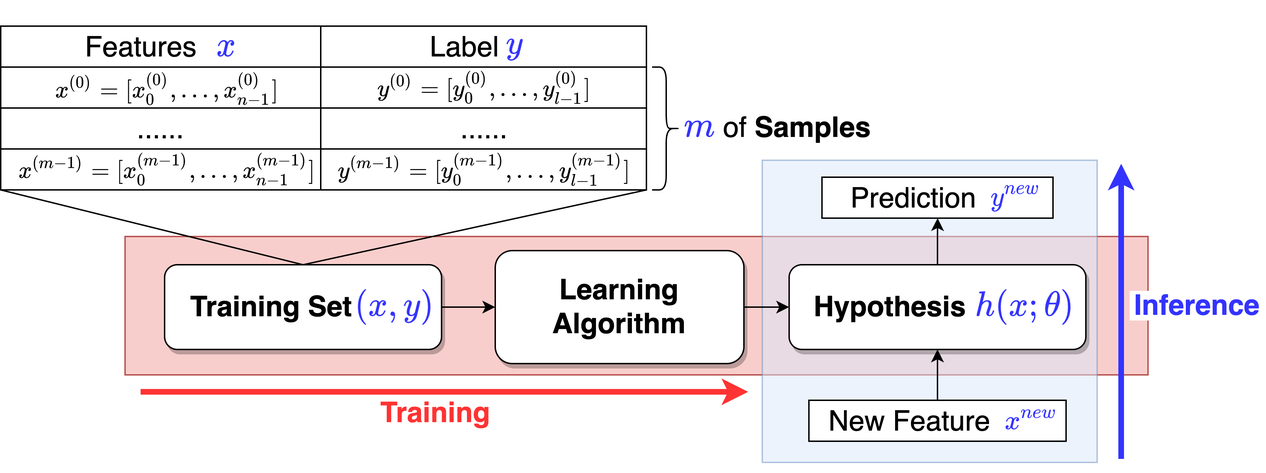
Earlier version of the draw.io export sec_learning/Algorithm/ML_2_Linear_Regression_And_Gradient_Descent/pic/sl.png (zobinHuang/zobinhuang.github.io). Source tidied: cells renumbered, new cells last; positions are measured from the earlier drawing's top-left corner, leaving out a move shared by most shapes.
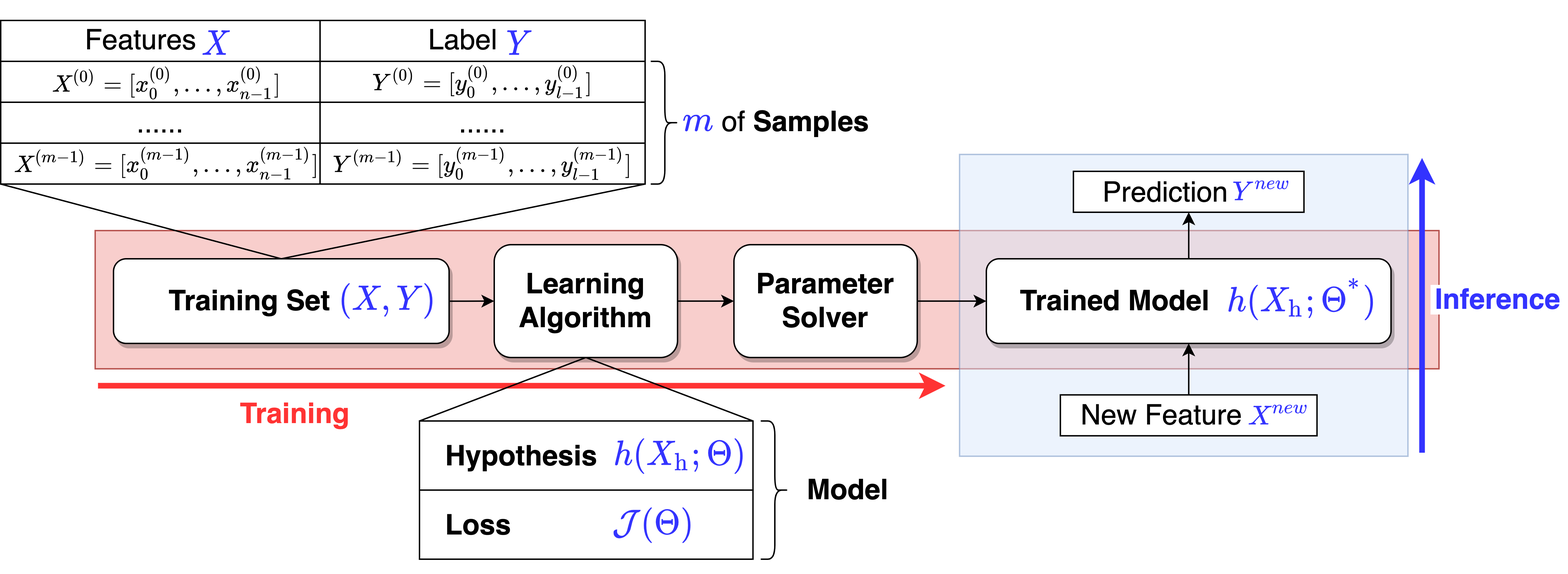
Later version of the same file.

Change to the diagram source:
```diff
@@ -3,85 +3,85 @@
     <mxCell id="0" />
     <mxCell id="1" parent="0" />
     <mxCell id="2" style="rounded=0;whiteSpace=wrap;html=1;shadow=0;fontSize=16;strokeColor=#b85450;strokeWidth=1;fillColor=#f8cecc;" parent="1" vertex="1">
-      <mxGeometry x="88" y="150" width="724" height="98" as="geometry" />
+      <mxGeometry x="-74" y="-415" width="953" height="98" as="geometry" />
     </mxCell>
     <mxCell id="3" style="rounded=0;whiteSpace=wrap;html=1;shadow=0;fontSize=16;strokeColor=#6c8ebf;strokeWidth=1;fillColor=#dae8fc;opacity=50;" parent="1" vertex="1">
-      <mxGeometry x="539" y="96" width="237" height="214" as="geometry" />
+      <mxGeometry x="539" y="-469" width="318" height="214" as="geometry" />
     </mxCell>
     <mxCell id="4" style="edgeStyle=orthogonalEdgeStyle;rounded=0;jettySize=auto;html=1;entryX=0;entryY=0.5;entryDx=0;entryDy=0;fontSize=20;" parent="1" edge="1" source="5" target="9">
       <mxGeometry relative="1" as="geometry" />
     </mxCell>
     <mxCell id="5" value="&lt;font style=&quot;font-size: 20px&quot;&gt;&lt;b&gt;Training Set&amp;nbsp; &amp;nbsp; &amp;nbsp; &amp;nbsp;&amp;nbsp;&lt;/b&gt;&lt;/font&gt;" style="rounded=1;whiteSpace=wrap;html=1;shadow=1;" parent="1" vertex="1">
-      <mxGeometry x="116" y="170" width="196" height="60" as="geometry" />
+      <mxGeometry x="-61" y="-395" width="238" height="60" as="geometry" />
     </mxCell>
     <mxCell id="6" style="edgeStyle=orthogonalEdgeStyle;rounded=0;jettySize=auto;html=1;fontSize=20;fontColor=#000000;" parent="1" edge="1" source="7" target="21">
       <mxGeometry relative="1" as="geometry" />
     </mxCell>
-    <mxCell id="7" value="&lt;font style=&quot;font-size: 20px&quot;&gt;&lt;b&gt;Hypothesis&amp;nbsp; &amp;nbsp; &amp;nbsp; &amp;nbsp; &amp;nbsp; &amp;nbsp;&amp;nbsp;&lt;/b&gt;&lt;/font&gt;" style="rounded=1;whiteSpace=wrap;html=1;shadow=1;" parent="1" vertex="1">
-      <mxGeometry x="558" y="170" width="210" height="60" as="geometry" />
+    <mxCell id="7" value="&lt;div&gt;&lt;b style=&quot;font-size: 20px&quot;&gt;&amp;nbsp; &amp;nbsp; Trained Model&amp;nbsp; &amp;nbsp; &amp;nbsp; &amp;nbsp; &amp;nbsp; &amp;nbsp;&amp;nbsp;&lt;/b&gt;&lt;/div&gt;" style="rounded=1;whiteSpace=wrap;html=1;shadow=1;align=left;" parent="1" vertex="1">
+      <mxGeometry x="558" y="-395" width="287" height="60" as="geometry" />
     </mxCell>
-    <mxCell id="8" style="edgeStyle=orthogonalEdgeStyle;rounded=0;jettySize=auto;html=1;fontSize=20;" parent="1" edge="1" source="9" target="7">
+    <mxCell id="8" style="edgeStyle=orthogonalEdgeStyle;rounded=0;jettySize=auto;html=1;entryX=0;entryY=0.5;entryDx=0;entryDy=0;" parent="1" edge="1" source="9" target="39">
       <mxGeometry relative="1" as="geometry" />
     </mxCell>
     <mxCell id="9" value="&lt;font style=&quot;font-size: 20px&quot;&gt;&lt;b&gt;Learning Algorithm&lt;/b&gt;&lt;/font&gt;" style="rounded=1;whiteSpace=wrap;html=1;shadow=1;" parent="1" vertex="1">
-      <mxGeometry x="350" y="160" width="176" height="80" as="geometry" />
+      <mxGeometry x="209" y="-405" width="130" height="80" as="geometry" />
     </mxCell>
-    <mxCell id="10" value="$$h(x;\theta)$$" style="text;html=1;strokeColor=none;fillColor=none;align=center;verticalAlign=middle;whiteSpace=wrap;rounded=0;fontSize=20;fontColor=#3333FF;fontStyle=1;" parent="1" vertex="1">
-      <mxGeometry x="695" y="185" width="60" height="30" as="geometry" />
+    <mxCell id="10" value="$$h(X_{\text{h}};\Theta^{\text{*}})$$" style="text;html=1;strokeColor=none;fillColor=none;align=center;verticalAlign=middle;whiteSpace=wrap;rounded=0;fontSize=20;fontColor=#3333FF;fontStyle=1;" parent="1" vertex="1">
+      <mxGeometry x="752" y="-381" width="60" height="30" as="geometry" />
     </mxCell>
     <mxCell id="11" value="Features&amp;nbsp; &amp;nbsp; &amp;nbsp;" style="rounded=0;whiteSpace=wrap;html=1;fontSize=20;" parent="1" vertex="1">
-      <mxGeometry y="1" width="226.5" height="29" as="geometry" />
+      <mxGeometry x="-141" y="-564" width="226.5" height="29" as="geometry" />
     </mxCell>
     <mxCell id="12" value="Label&amp;nbsp; &amp;nbsp; &amp;nbsp;" style="rounded=0;whiteSpace=wrap;html=1;fontSize=20;" parent="1" vertex="1">
-      <mxGeometry x="226.5" y="1" width="230.5" height="29" as="geometry" />
+      <mxGeometry x="85.5" y="-564" width="230.5" height="29" as="geometry" />
     </mxCell>
-    <mxCell id="13" value="$$x$$" style="text;html=1;strokeColor=none;fillColor=none;align=center;verticalAlign=middle;whiteSpace=wrap;rounded=0;fontSize=20;fontColor=#3333FF;fontStyle=1;" parent="1" vertex="1">
-      <mxGeometry x="130" y="1" width="60" height="30" as="geometry" />
+    <mxCell id="13" value="$$X$$" style="text;html=1;strokeColor=none;fillColor=none;align=center;verticalAlign=middle;whiteSpace=wrap;rounded=0;fontSize=20;fontColor=#3333FF;fontStyle=1;" parent="1" vertex="1">
+      <mxGeometry x="-18" y="-561" width="60" height="30" as="geometry" />
     </mxCell>
-    <mxCell id="14" value="$$y$$" style="text;html=1;strokeColor=none;fillColor=none;align=center;verticalAlign=middle;whiteSpace=wrap;rounded=0;fontSize=20;fontColor=#3333FF;fontStyle=1;" parent="1" vertex="1">
-      <mxGeometry x="350" width="28" height="30" as="geometry" />
+    <mxCell id="14" value="$$Y$$" style="text;html=1;strokeColor=none;fillColor=none;align=center;verticalAlign=middle;whiteSpace=wrap;rounded=0;fontSize=20;fontColor=#3333FF;fontStyle=1;" parent="1" vertex="1">
+      <mxGeometry x="213" y="-561" width="28" height="30" as="geometry" />
     </mxCell>
     <mxCell id="15" value="......" style="rounded=0;whiteSpace=wrap;html=1;fontSize=20;" parent="1" vertex="1">
-      <mxGeometry y="59" width="226.5" height="29" as="geometry" />
+      <mxGeometry x="-141" y="-506" width="226.5" height="29" as="geometry" />
     </mxCell>
     <mxCell id="16" value="......" style="rounded=0;whiteSpace=wrap;html=1;fontSize=20;" parent="1" vertex="1">
-      <mxGeometry x="226.5" y="59" width="230.5" height="29" as="geometry" />
+      <mxGeometry x="85.5" y="-506" width="230.5" height="29" as="geometry" />
     </mxCell>
     <mxCell id="17" value="&lt;font color=&quot;#000000&quot;&gt;of&lt;b&gt; Samples&lt;/b&gt;&lt;/font&gt;" style="text;html=1;strokeColor=none;fillColor=none;align=center;verticalAlign=middle;whiteSpace=wrap;rounded=0;shadow=1;fontSize=20;fontColor=#3333FF;" parent="1" vertex="1">
-      <mxGeometry x="509" y="62.5" width="110" height="21" as="geometry" />
+      <mxGeometry x="368" y="-502.5" width="110" height="21" as="geometry" />
     </mxCell>
     <mxCell id="18" style="edgeStyle=orthogonalEdgeStyle;rounded=0;jettySize=auto;html=1;entryX=0.5;entryY=1;entryDx=0;entryDy=0;fontSize=20;fontColor=#000000;" parent="1" edge="1" source="19" target="7">
       <mxGeometry relative="1" as="geometry" />
     </mxCell>
     <mxCell id="19" value="New Feature&amp;nbsp; &amp;nbsp; &amp;nbsp; &amp;nbsp;" style="rounded=0;whiteSpace=wrap;html=1;fontSize=20;" parent="1" vertex="1">
-      <mxGeometry x="572" y="266" width="182" height="29" as="geometry" />
+      <mxGeometry x="610.5" y="-298.5" width="182" height="29" as="geometry" />
     </mxCell>
-    <mxCell id="20" value="$$x^{new}$$" style="text;html=1;strokeColor=none;fillColor=none;align=center;verticalAlign=middle;whiteSpace=wrap;rounded=0;fontSize=16;fontColor=#3333FF;fontStyle=1;" parent="1" vertex="1">
-      <mxGeometry x="700" y="266" width="60" height="30" as="geometry" />
+    <mxCell id="20" value="$$X^{new}$$" style="text;html=1;strokeColor=none;fillColor=none;align=center;verticalAlign=middle;whiteSpace=wrap;rounded=0;fontSize=16;fontColor=#3333FF;fontStyle=1;" parent="1" vertex="1">
+      <mxGeometry x="736" y="-298.5" width="60" height="30" as="geometry" />
     </mxCell>
     <mxCell id="21" value="Prediction&amp;nbsp; &amp;nbsp; &amp;nbsp;&amp;nbsp;" style="rounded=0;whiteSpace=wrap;html=1;fontSize=20;" parent="1" vertex="1">
-      <mxGeometry x="581.2" y="108" width="163.5" height="29" as="geometry" />
+      <mxGeometry x="619.8" y="-457" width="163.5" height="29" as="geometry" />
     </mxCell>
-    <mxCell id="22" value="$$y^{new}$$" style="text;html=1;strokeColor=none;fillColor=none;align=center;verticalAlign=middle;whiteSpace=wrap;rounded=0;fontSize=16;fontColor=#3333FF;fontStyle=1;" parent="1" vertex="1">
-      <mxGeometry x="705" y="108" width="28" height="30" as="geometry" />
+    <mxCell id="22" value="$$Y^{new}$$" style="text;html=1;strokeColor=none;fillColor=none;align=center;verticalAlign=middle;whiteSpace=wrap;rounded=0;fontSize=16;fontColor=#3333FF;fontStyle=1;" parent="1" vertex="1">
+      <mxGeometry x="740" y="-457" width="28" height="30" as="geometry" />
     </mxCell>
     <mxCell id="23" style="rounded=0;whiteSpace=wrap;html=1;fontSize=16;" parent="1" vertex="1">
-      <mxGeometry y="30" width="226.5" height="29" as="geometry" />
+      <mxGeometry x="-141" y="-535" width="226.5" height="29" as="geometry" />
     </mxCell>
-    <mxCell id="24" value="&lt;span style=&quot;font-size: 14px&quot;&gt;$$y^{(0)}=[y^{(0)}_0,...,y^{(0)}_{l-1}]$$&lt;/span&gt;" style="rounded=0;whiteSpace=wrap;html=1;fontSize=16;" parent="1" vertex="1">
-      <mxGeometry x="226.5" y="30" width="230.5" height="29" as="geometry" />
+    <mxCell id="24" value="&lt;span style=&quot;font-size: 14px&quot;&gt;$$Y^{(0)}=[y^{(0)}_0,...,y^{(0)}_{l-1}]$$&lt;/span&gt;" style="rounded=0;whiteSpace=wrap;html=1;fontSize=16;" parent="1" vertex="1">
+      <mxGeometry x="85.5" y="-535" width="230.5" height="29" as="geometry" />
     </mxCell>
     <mxCell id="25" style="shape=curlyBracket;whiteSpace=wrap;html=1;rounded=1;shadow=0;fontSize=20;fontColor=#000000;strokeWidth=1;strokeColor=default;rotation=-180;" parent="1" vertex="1">
-      <mxGeometry x="461" y="30" width="20" height="87" as="geometry" />
+      <mxGeometry x="320" y="-535" width="20" height="87" as="geometry" />
     </mxCell>
     <mxCell id="26" value="$$m$$" style="text;html=1;strokeColor=none;fillColor=none;align=center;verticalAlign=middle;whiteSpace=wrap;rounded=0;fontSize=20;fontColor=#3333FF;fontStyle=1;" parent="1" vertex="1">
-      <mxGeometry x="465" y="58" width="60" height="30" as="geometry" />
+      <mxGeometry x="324" y="-507" width="60" height="30" as="geometry" />
     </mxCell>
     <mxCell id="27" style="rounded=0;whiteSpace=wrap;html=1;fontSize=16;" parent="1" vertex="1">
-      <mxGeometry y="88" width="226.5" height="29" as="geometry" />
+      <mxGeometry x="-141" y="-477" width="226.5" height="29" as="geometry" />
     </mxCell>
-    <mxCell id="28" value="&lt;span style=&quot;font-size: 14px&quot;&gt;$$y^{(m-1)}=[y^{(m-1)}_0,...,y^{(m-1)}_{l-1}]$$&lt;/span&gt;" style="rounded=0;whiteSpace=wrap;html=1;fontSize=16;" parent="1" vertex="1">
-      <mxGeometry x="226.5" y="88" width="230.5" height="29" as="geometry" />
+    <mxCell id="28" value="&lt;span style=&quot;font-size: 14px&quot;&gt;$$Y^{(m-1)}=[y^{(m-1)}_0,...,y^{(m-1)}_{l-1}]$$&lt;/span&gt;" style="rounded=0;whiteSpace=wrap;html=1;fontSize=16;" parent="1" vertex="1">
+      <mxGeometry x="85.5" y="-477" width="230.5" height="29" as="geometry" />
     </mxCell>
     <mxCell id="29" style="endArrow=none;html=1;rounded=0;fontSize=16;fontColor=#000000;exitX=0.5;exitY=0;exitDx=0;exitDy=0;entryX=1;entryY=1;entryDx=0;entryDy=0;" parent="1" edge="1" source="5" target="28">
       <mxGeometry relative="1" as="geometry" />
@@ -89,32 +89,62 @@
     <mxCell id="30" style="endArrow=none;html=1;rounded=0;fontSize=16;fontColor=#000000;exitX=0.5;exitY=0;exitDx=0;exitDy=0;entryX=0;entryY=1;entryDx=0;entryDy=0;" parent="1" edge="1" source="5" target="27">
       <mxGeometry relative="1" as="geometry" />
     </mxCell>
-    <mxCell id="31" value="$$(x,y)$$" style="text;html=1;strokeColor=none;fillColor=none;align=center;verticalAlign=middle;whiteSpace=wrap;rounded=0;fontSize=20;fontColor=#3333FF;fontStyle=1;" parent="1" vertex="1">
-      <mxGeometry x="249" y="185" width="60" height="30" as="geometry" />
+    <mxCell id="31" value="$$(X,Y)$$" style="text;html=1;strokeColor=none;fillColor=none;align=center;verticalAlign=middle;whiteSpace=wrap;rounded=0;fontSize=20;fontColor=#3333FF;fontStyle=1;" parent="1" vertex="1">
+      <mxGeometry x="103" y="-380" width="60" height="30" as="geometry" />
     </mxCell>
-    <mxCell id="32" value="&lt;font style=&quot;font-size: 14px&quot;&gt;$$x^{(0)}=[x^{(0)}_0,...,x^{(0)}_{n-1}]$$&lt;/font&gt;" style="text;html=1;strokeColor=none;fillColor=none;align=center;verticalAlign=middle;whiteSpace=wrap;rounded=0;shadow=0;fontSize=16;fontColor=#000000;" parent="1" vertex="1">
-      <mxGeometry x="31" y="31" width="174" height="30" as="geometry" />
+    <mxCell id="32" value="&lt;font style=&quot;font-size: 14px&quot;&gt;$$X^{(0)}=[x^{(0)}_0,...,x^{(0)}_{n-1}]$$&lt;/font&gt;" style="text;html=1;strokeColor=none;fillColor=none;align=center;verticalAlign=middle;whiteSpace=wrap;rounded=0;shadow=0;fontSize=16;fontColor=#000000;" parent="1" vertex="1">
+      <mxGeometry x="-110" y="-534" width="174" height="30" as="geometry" />
     </mxCell>
-    <mxCell id="33" value="&lt;font style=&quot;font-size: 14px&quot;&gt;$$x^{(m-1)}=[x^{(m-1)}_0,...,x^{(m-1)}_{n-1}]$$&lt;/font&gt;" style="text;html=1;strokeColor=none;fillColor=none;align=center;verticalAlign=middle;whiteSpace=wrap;rounded=0;shadow=0;fontSize=16;fontColor=#000000;" parent="1" vertex="1">
-      <mxGeometry x="31" y="88" width="174" height="30" as="geometry" />
+    <mxCell id="33" value="&lt;font style=&quot;font-size: 14px&quot;&gt;$$X^{(m-1)}=[x^{(m-1)}_0,...,x^{(m-1)}_{n-1}]$$&lt;/font&gt;" style="text;html=1;strokeColor=none;fillColor=none;align=center;verticalAlign=middle;whiteSpace=wrap;rounded=0;shadow=0;fontSize=16;fontColor=#000000;" parent="1" vertex="1">
+      <mxGeometry x="-110" y="-477" width="174" height="30" as="geometry" />
     </mxCell>
     <mxCell id="34" style="endArrow=classic;html=1;rounded=0;fontSize=16;fontColor=#000000;strokeWidth=4;strokeColor=#3333FF;" parent="1" edge="1">
       <mxGeometry relative="1" as="geometry">
-        <mxPoint x="793" y="307.5" as="sourcePoint" />
-        <mxPoint x="793" y="98.5" as="targetPoint" />
+        <mxPoint x="867" y="-257.5" as="sourcePoint" />
+        <mxPoint x="867" y="-466.5" as="targetPoint" />
       </mxGeometry>
     </mxCell>
     <mxCell id="35" style="endArrow=classic;html=1;rounded=0;fontSize=16;fontColor=#000000;strokeWidth=4;strokeColor=#FF3333;" parent="1" edge="1">
       <mxGeometry relative="1" as="geometry">
-        <mxPoint x="99" y="260" as="sourcePoint" />
-        <mxPoint x="529" y="260" as="targetPoint" />
+        <mxPoint x="-72" y="-305" as="sourcePoint" />
+        <mxPoint x="529" y="-305" as="targetPoint" />
       </mxGeometry>
     </mxCell>
     <mxCell id="36" value="&lt;b&gt;&lt;font color=&quot;#ff3333&quot;&gt;Training&lt;/font&gt;&lt;/b&gt;" style="text;html=1;strokeColor=none;fillColor=none;align=center;verticalAlign=middle;whiteSpace=wrap;rounded=0;shadow=1;fontSize=20;fontColor=#3333FF;" parent="1" vertex="1">
-      <mxGeometry x="253" y="264" width="110" height="21" as="geometry" />
+      <mxGeometry x="13" y="-295" width="110" height="21" as="geometry" />
     </mxCell>
     <mxCell id="37" value="&lt;b&gt;Inference&lt;/b&gt;" style="text;html=1;strokeColor=none;fillColor=default;align=center;verticalAlign=middle;whiteSpace=wrap;rounded=0;shadow=0;fontSize=20;fontColor=#3333FF;" parent="1" vertex="1">
-      <mxGeometry x="799" y="188.5" width="96" height="21" as="geometry" />
+      <mxGeometry x="873" y="-376.5" width="96" height="21" as="geometry" />
     </mxCell>
+    <mxCell id="38" style="edgeStyle=orthogonalEdgeStyle;rounded=0;jettySize=auto;html=1;" parent="1" edge="1" source="39" target="7">
+      <mxGeometry relative="1" as="geometry" />
+    </mxCell>
+    <mxCell id="39" value="&lt;font style=&quot;font-size: 20px&quot;&gt;&lt;b&gt;Parameter Solver&lt;/b&gt;&lt;/font&gt;" style="rounded=1;whiteSpace=wrap;html=1;shadow=1;" parent="1" vertex="1">
+      <mxGeometry x="379" y="-405" width="130" height="80" as="geometry" />
+    </mxCell>
+    <mxCell id="40" value="&lt;font style=&quot;font-size: 20px&quot;&gt;&lt;b&gt;&amp;nbsp; &amp;nbsp;&lt;/b&gt;&lt;/font&gt;&lt;b style=&quot;font-size: 20px ; text-align: center&quot;&gt;Hypothesis&lt;/b&gt;" style="rounded=0;whiteSpace=wrap;html=1;shadow=0;align=left;" parent="1" vertex="1">
+      <mxGeometry x="156" y="-280" width="236.5" height="49" as="geometry" />
+    </mxCell>
+    <mxCell id="41" value="$$h(X_{\text{h}};\Theta)$$" style="text;html=1;strokeColor=none;fillColor=none;align=center;verticalAlign=middle;whiteSpace=wrap;rounded=0;fontSize=20;fontColor=#3333FF;fontStyle=1;" parent="1" vertex="1">
+      <mxGeometry x="310.5" y="-270.5" width="60" height="30" as="geometry" />
+    </mxCell>
+    <mxCell id="42" style="endArrow=none;html=1;rounded=0;fontSize=16;fontColor=#000000;exitX=0;exitY=0;exitDx=0;exitDy=0;entryX=0.5;entryY=1;entryDx=0;entryDy=0;" parent="1" edge="1" source="40" target="9">
+      <mxGeometry relative="1" as="geometry" />
+    </mxCell>
+    <mxCell id="43" style="endArrow=none;html=1;rounded=0;fontSize=16;fontColor=#000000;exitX=1;exitY=0;exitDx=0;exitDy=0;entryX=0.5;entryY=1;entryDx=0;entryDy=0;" parent="1" edge="1" source="40" target="9">
+      <mxGeometry relative="1" as="geometry" />
+    </mxCell>
+    <mxCell id="44" value="&lt;font style=&quot;font-size: 20px&quot;&gt;&lt;b&gt;&amp;nbsp; &amp;nbsp;Loss&lt;/b&gt;&lt;/font&gt;" style="rounded=0;whiteSpace=wrap;html=1;shadow=0;align=left;" parent="1" vertex="1">
+      <mxGeometry x="156" y="-231" width="236.5" height="49" as="geometry" />
+    </mxCell>
+    <mxCell id="45" value="$$\mathcal{J}(\Theta)$$" style="text;html=1;strokeColor=none;fillColor=none;align=center;verticalAlign=middle;whiteSpace=wrap;rounded=0;fontSize=20;fontColor=#3333FF;fontStyle=1;" parent="1" vertex="1">
+      <mxGeometry x="292.5" y="-221.5" width="60" height="30" as="geometry" />
+    </mxCell>
+    <mxCell id="46" style="shape=curlyBracket;whiteSpace=wrap;html=1;rounded=1;shadow=0;fontSize=20;fontColor=#000000;strokeWidth=1;strokeColor=default;rotation=-180;" parent="1" vertex="1">
+      <mxGeometry x="398" y="-280" width="20" height="98" as="geometry" />
+    </mxCell>
+    <mxCell id="47" value="&lt;font color=&quot;#000000&quot;&gt;&lt;b&gt;Model&lt;/b&gt;&lt;/font&gt;" style="text;html=1;strokeColor=none;fillColor=none;align=center;verticalAlign=middle;whiteSpace=wrap;rounded=0;shadow=1;fontSize=20;fontColor=#3333FF;" parent="1" vertex="1">
+      <mxGeometry x="424" y="-241.5" width="72" height="21" as="geometry" />
+    </mxCell>
   </root>
 </mxGraphModel>
```
